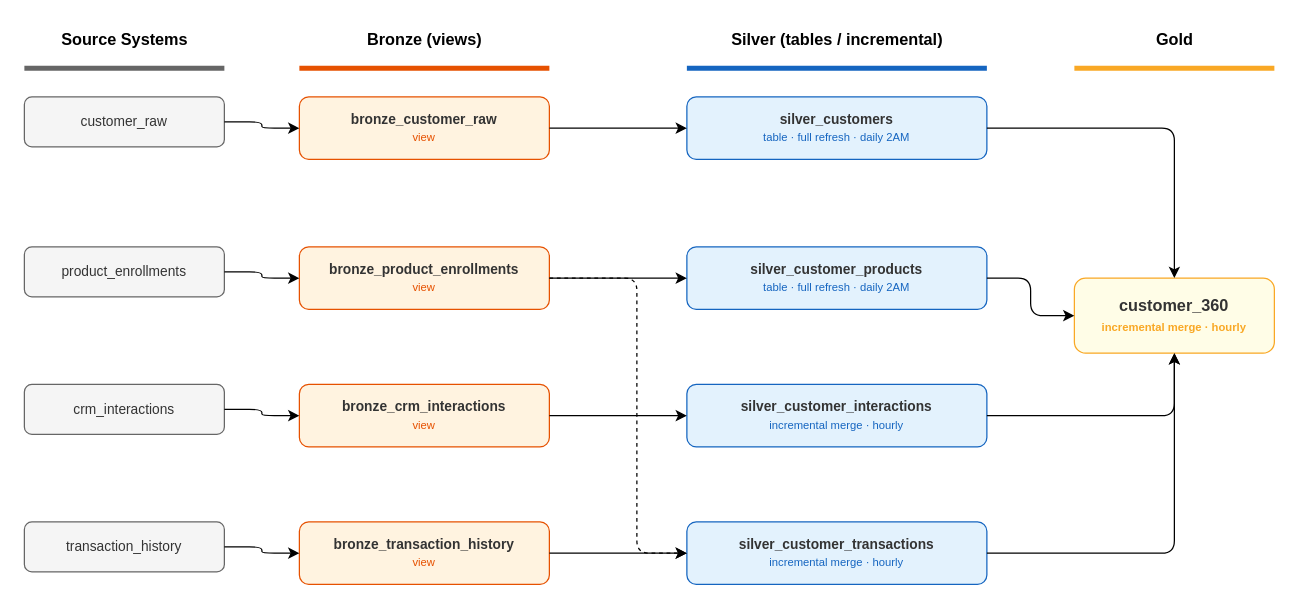
This is docs/data_lineage.drawio from thanhbui221/tymex, a draw.io file, before an edit. Source tidied: cells renumbered, new cells numbered last; positions are measured from the earlier drawing's top-left corner, leaving out a move shared by most shapes. Both pictures are drawn from the tidied source at 125%, with x=0, y=0 at pixel (24, 21).
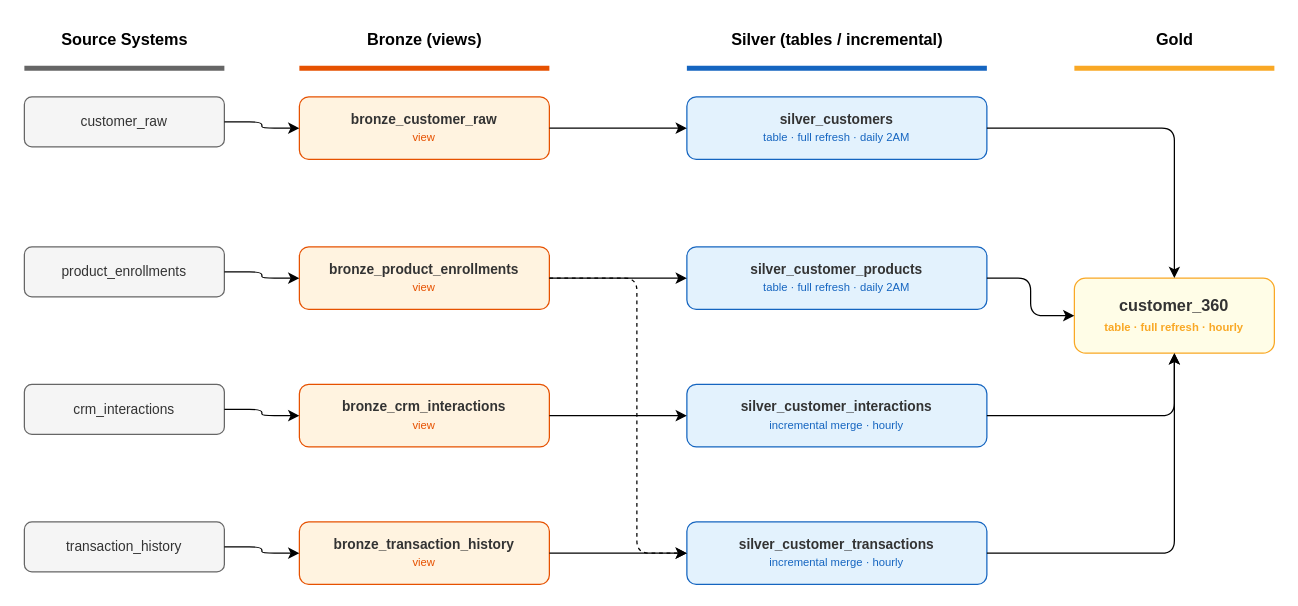
The same diagram, later.

The edit, as a diff of the source:
```diff
@@
-    <mxCell id="22" value="&lt;b&gt;customer_360&lt;/b&gt;&lt;br&gt;&lt;font style=&quot;font-size:9px;color:#f9a825;&quot;&gt;incremental merge · hourly&lt;/font&gt;" style="rounded=1;whiteSpace=wrap;html=1;fillColor=#fffde7;strokeColor=#f9a825;fontColor=#333333;fontStyle=1;fontSize=13;" parent="1" vertex="1">
+    <mxCell id="22" value="&lt;b&gt;customer_360&lt;/b&gt;&lt;br&gt;&lt;font style=&quot;font-size:9px;color:#f9a825;&quot;&gt;table · full refresh · hourly&lt;/font&gt;" style="rounded=1;whiteSpace=wrap;html=1;fillColor=#fffde7;strokeColor=#f9a825;fontColor=#333333;fontStyle=1;fontSize=13;" parent="1" vertex="1">
       <mxGeometry x="840" y="205" width="160" height="60" as="geometry" />
     </mxCell>
```
